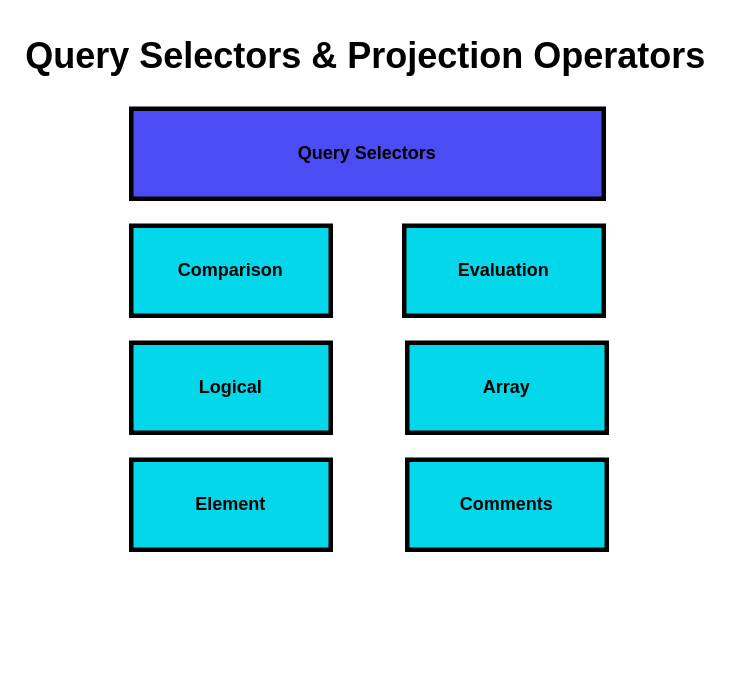
The draw.io diagram page "5.MongoDB-Query-Selectors" (9 of 12) of Diagrams.drawio in PhoenixYork166/draw.io, before the edit. Source tidied: cells renumbered, new cells numbered last; positions are measured from the earlier drawing's top-left corner, leaving out a move shared by most shapes. Both pictures are drawn from the tidied source at 150%, with x=0, y=0 at pixel (130, 26).
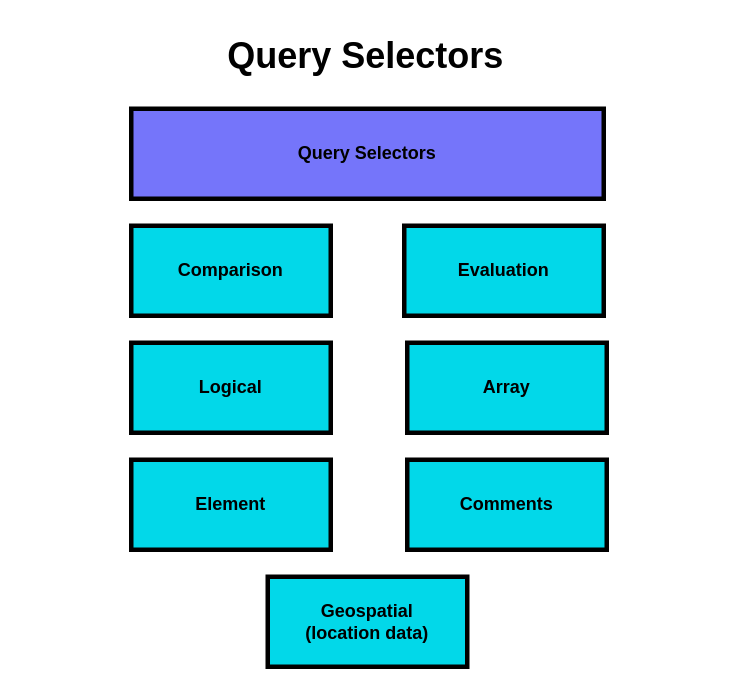
The same diagram, later.

Change to the diagram source:
```diff
@@
 <mxGraphModel>
   <root>
     <mxCell id="0" />
     <mxCell id="1" parent="0" />
-    <mxCell id="2" value="Query Selectors &amp;amp; Projection Operators" style="text;strokeColor=none;fillColor=none;html=1;fontSize=24;fontStyle=1;verticalAlign=middle;align=center;" parent="1" vertex="1">
+    <mxCell id="2" value="Query Selectors" style="text;strokeColor=none;fillColor=none;html=1;fontSize=24;fontStyle=1;verticalAlign=middle;align=center;" parent="1" vertex="1">
       <mxGeometry x="105.6" width="100" height="40" as="geometry" />
     </mxCell>
-    <mxCell id="3" value="Query Selectors" style="whiteSpace=wrap;align=center;verticalAlign=middle;fontStyle=1;strokeWidth=3;fillColor=#4c4cf5;" parent="1" vertex="1">
+    <mxCell id="3" value="Query Selectors" style="whiteSpace=wrap;align=center;verticalAlign=middle;fontStyle=1;strokeWidth=3;fillColor=#7575fa;" parent="1" vertex="1">
       <mxGeometry y="55" width="315" height="60" as="geometry" />
     </mxCell>
     <mxCell id="4" value="Comparison" style="whiteSpace=wrap;align=center;verticalAlign=middle;fontStyle=1;strokeWidth=3;fillColor=#02D8E9;" parent="1" vertex="1">
       <mxGeometry y="133" width="133" height="60" as="geometry" />
     </mxCell>
     <mxCell id="5" value="Evaluation" style="whiteSpace=wrap;align=center;verticalAlign=middle;fontStyle=1;strokeWidth=3;fillColor=#02D8E9;" parent="1" vertex="1">
       <mxGeometry x="182" y="133" width="133" height="60" as="geometry" />
     </mxCell>
     <mxCell id="6" value="Logical" style="whiteSpace=wrap;align=center;verticalAlign=middle;fontStyle=1;strokeWidth=3;fillColor=#02D8E9;" parent="1" vertex="1">
       <mxGeometry y="211" width="133" height="60" as="geometry" />
     </mxCell>
     <mxCell id="7" value="Array" style="whiteSpace=wrap;align=center;verticalAlign=middle;fontStyle=1;strokeWidth=3;fillColor=#02D8E9;" parent="1" vertex="1">
       <mxGeometry x="184" y="211" width="133" height="60" as="geometry" />
     </mxCell>
     <mxCell id="8" value="Element" style="whiteSpace=wrap;align=center;verticalAlign=middle;fontStyle=1;strokeWidth=3;fillColor=#02D8E9;" parent="1" vertex="1">
       <mxGeometry y="289" width="133" height="60" as="geometry" />
     </mxCell>
     <mxCell id="9" value="Comments" style="whiteSpace=wrap;align=center;verticalAlign=middle;fontStyle=1;strokeWidth=3;fillColor=#02D8E9;" parent="1" vertex="1">
       <mxGeometry x="184" y="289" width="133" height="60" as="geometry" />
     </mxCell>
+    <mxCell id="10" value="Geospatial&#10;(location data)" style="whiteSpace=wrap;align=center;verticalAlign=middle;fontStyle=1;strokeWidth=3;fillColor=#02D8E9;" parent="1" vertex="1">
+      <mxGeometry x="91" y="367" width="133" height="60" as="geometry" />
+    </mxCell>
   </root>
 </mxGraphModel>
```
